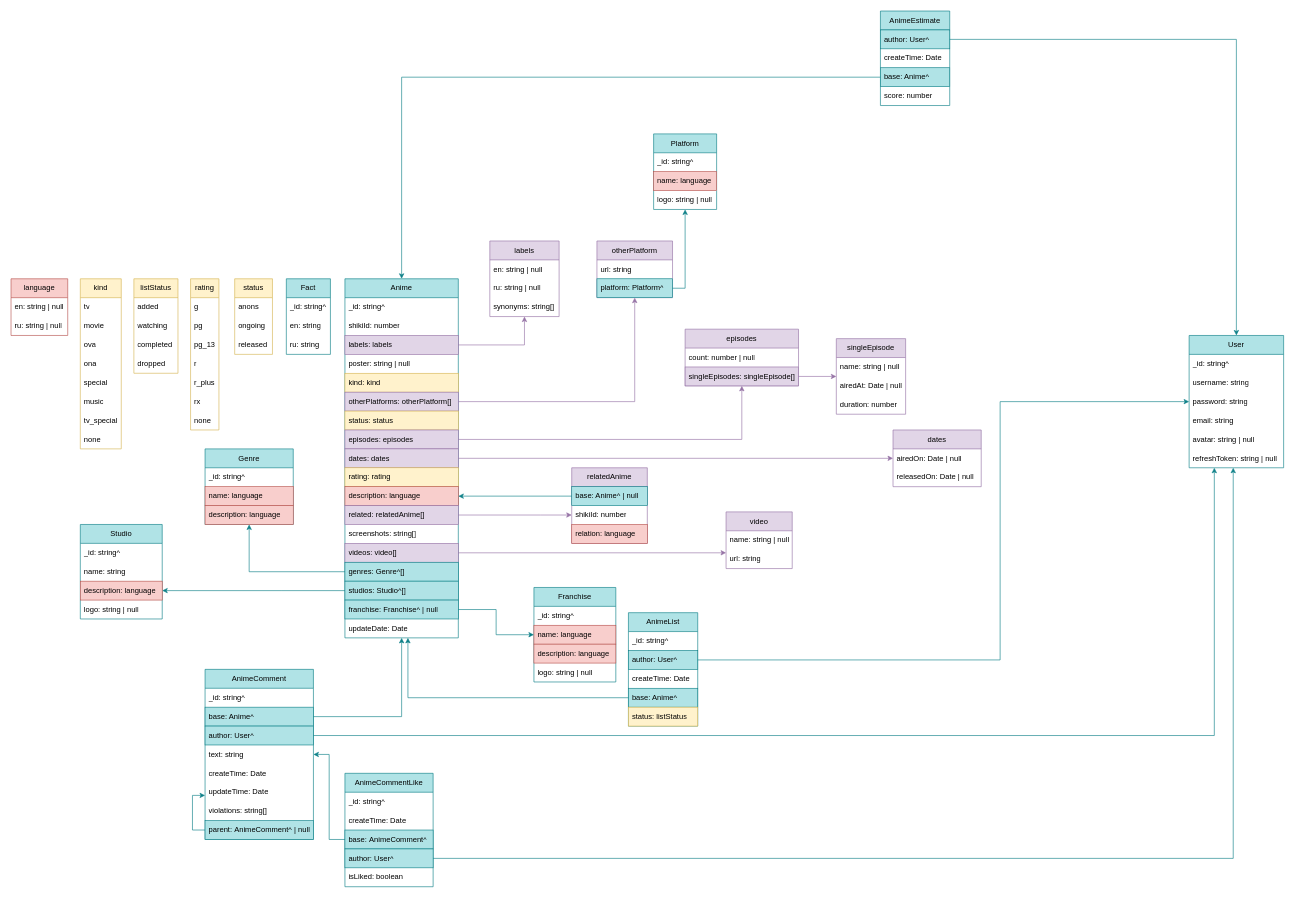
AmyGrooove/bisky-script keeps this draw.io diagram as public/biskyBD.drawio. Above is the earlier version. Source tidied: cells renumbered, new cells numbered last; positions are measured from the earlier drawing's top-left corner, leaving out a move shared by most shapes. Both pictures are drawn from the tidied source at 63%, with x=0, y=0 at pixel (11, 11).
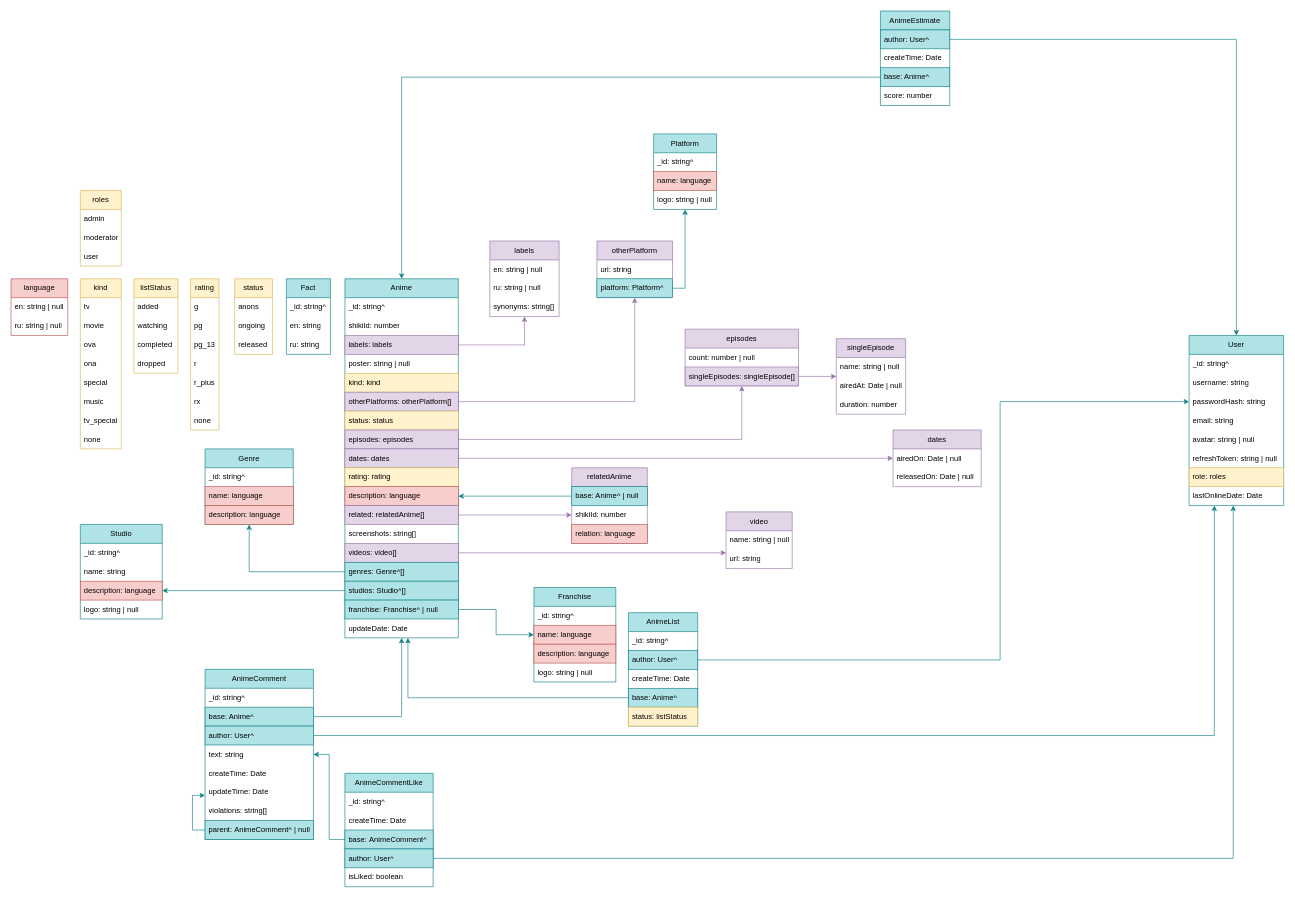
Above is the later version.

Change to the diagram source:
```diff
@@
     <mxCell id="116" value="User" style="swimlane;fontStyle=0;horizontal=1;startSize=30;whiteSpace=wrap;html=1;fillColor=#b0e3e6;strokeColor=#0e8088;" parent="1" vertex="1">
-      <mxGeometry x="1870" y="515" width="150" height="210" as="geometry" />
+      <mxGeometry x="1870" y="515" width="150" height="270" as="geometry" />
     </mxCell>
@@
-    <mxCell id="119" value="password: string" style="text;strokeColor=none;fillColor=none;align=left;verticalAlign=middle;spacingLeft=4;spacingRight=4;overflow=hidden;whiteSpace=wrap;html=1;" parent="116" vertex="1">
+    <mxCell id="119" value="passwordHash: string" style="text;strokeColor=none;fillColor=none;align=left;verticalAlign=middle;spacingLeft=4;spacingRight=4;overflow=hidden;whiteSpace=wrap;html=1;" parent="116" vertex="1">
       <mxGeometry y="90" width="150" height="30" as="geometry" />
     </mxCell>
@@
+    <mxCell id="150" value="role: roles" style="text;strokeColor=#d6b656;fillColor=#fff2cc;align=left;verticalAlign=middle;spacingLeft=4;spacingRight=4;overflow=hidden;whiteSpace=wrap;html=1;" parent="116" vertex="1">
+      <mxGeometry y="210" width="150" height="30" as="geometry" />
+    </mxCell>
+    <mxCell id="151" value="lastOnlineDate: Date" style="text;strokeColor=none;fillColor=none;align=left;verticalAlign=middle;spacingLeft=4;spacingRight=4;overflow=hidden;whiteSpace=wrap;html=1;" parent="116" vertex="1">
+      <mxGeometry y="240" width="150" height="30" as="geometry" />
+    </mxCell>
@@
+    <mxCell id="152" value="&lt;span style=&quot;text-align: left;&quot;&gt;roles&lt;/span&gt;" style="swimlane;fontStyle=0;horizontal=1;startSize=30;whiteSpace=wrap;html=1;fillColor=#fff2cc;strokeColor=#d6b656;" parent="1" vertex="1">
+      <mxGeometry x="110" y="285" width="65" height="120" as="geometry" />
+    </mxCell>
+    <mxCell id="153" value="admin" style="text;strokeColor=none;fillColor=none;align=left;verticalAlign=middle;spacingLeft=4;spacingRight=4;overflow=hidden;whiteSpace=wrap;html=1;" parent="152" vertex="1">
+      <mxGeometry y="30" width="65" height="30" as="geometry" />
+    </mxCell>
+    <mxCell id="154" value="moderator" style="text;strokeColor=none;fillColor=none;align=left;verticalAlign=middle;spacingLeft=4;spacingRight=4;overflow=hidden;whiteSpace=wrap;html=1;" parent="152" vertex="1">
+      <mxGeometry y="60" width="65" height="30" as="geometry" />
+    </mxCell>
+    <mxCell id="155" value="user" style="text;strokeColor=none;fillColor=none;align=left;verticalAlign=middle;spacingLeft=4;spacingRight=4;overflow=hidden;whiteSpace=wrap;html=1;" parent="152" vertex="1">
+      <mxGeometry y="90" width="65" height="30" as="geometry" />
+    </mxCell>
```
